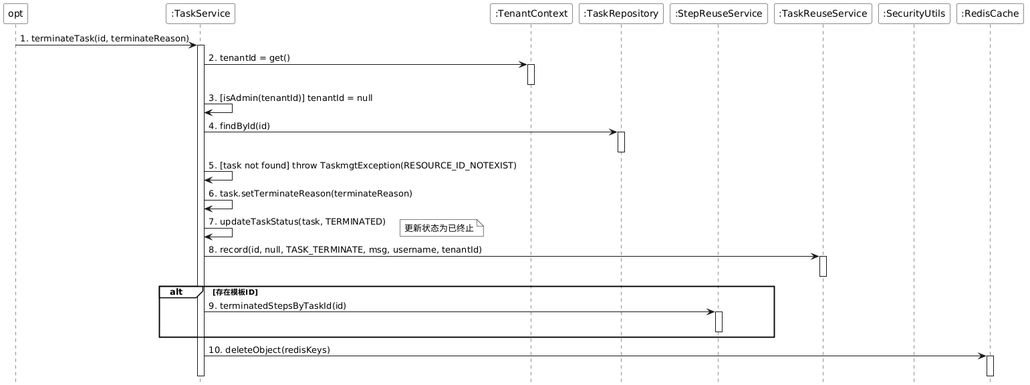
laborday922/RobotBackendManagementSystem keeps this PlantUML diagram as doc/taskmgt/png/sequence/terminateTaskSequence.png. Above is the earlier version.
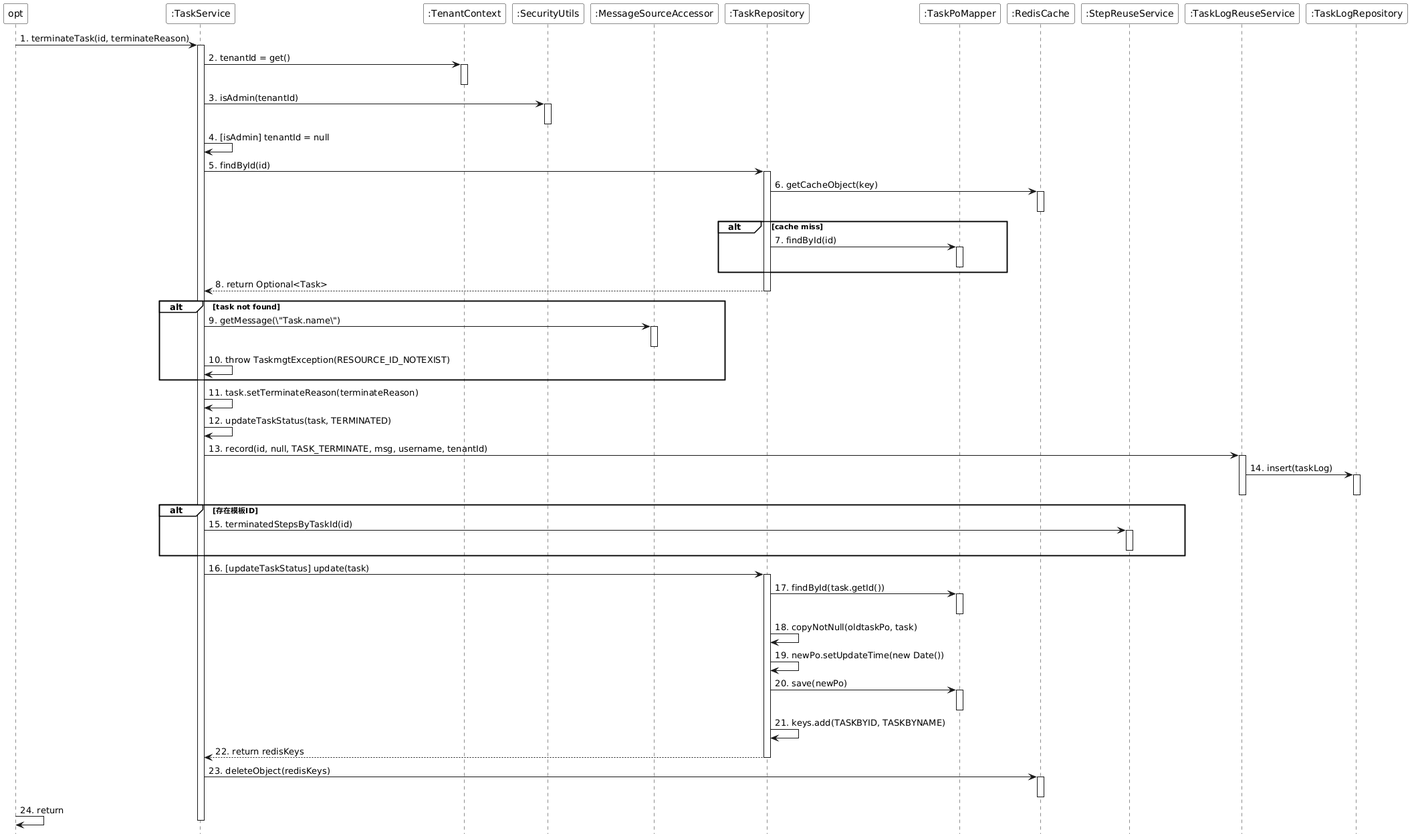
Later version of the same file.

What changed in the source:
```diff
@@ -11,11 +11,14 @@
 participant "opt" as opt
 participant ":TaskService" as TaskService
 participant ":TenantContext" as TenantContext
+participant ":SecurityUtils" as SecurityUtils
+participant ":MessageSourceAccessor" as MessageSource
 participant ":TaskRepository" as TaskRepository
+participant ":TaskPoMapper" as TaskPoMapper
+participant ":RedisCache" as RedisCache
 participant ":StepReuseService" as StepReuseService
-participant ":TaskReuseService" as TaskReuseService
-participant ":SecurityUtils" as SecurityUtils
-participant ":RedisCache" as RedisCache
+participant ":TaskLogReuseService" as TaskLogReuseService
+participant ":TaskLogRepository" as TaskLogRepository
 
 opt -> TaskService : 1. terminateTask(id, terminateReason)
 activate TaskService
@@ -23,32 +26,65 @@
 TaskService -> TenantContext : 2. tenantId = get()
 activate TenantContext
 deactivate TenantContext
-TaskService -> TaskService : 3. [isAdmin(tenantId)] tenantId = null
+TaskService -> SecurityUtils : 3. isAdmin(tenantId)
+activate SecurityUtils
+deactivate SecurityUtils
+TaskService -> TaskService : 4. [isAdmin] tenantId = null
 
-TaskService -> TaskRepository : 4. findById(id)
+TaskService -> TaskRepository : 5. findById(id)
 activate TaskRepository
+TaskRepository -> RedisCache : 6. getCacheObject(key)
+activate RedisCache
+deactivate RedisCache
+alt cache miss
+    TaskRepository -> TaskPoMapper : 7. findById(id)
+    activate TaskPoMapper
+    deactivate TaskPoMapper
+end
+TaskRepository --> TaskService : 8. return Optional<Task>
 deactivate TaskRepository
 
-TaskService -> TaskService : 5. [task not found] throw TaskmgtException(RESOURCE_ID_NOTEXIST)
+alt task not found
+    TaskService -> MessageSource : 9. getMessage(\"Task.name\")
+    activate MessageSource
+    deactivate MessageSource
+    TaskService -> TaskService : 10. throw TaskmgtException(RESOURCE_ID_NOTEXIST)
+end
 
-TaskService -> TaskService : 6. task.setTerminateReason(terminateReason)
+TaskService -> TaskService : 11. task.setTerminateReason(terminateReason)
+TaskService -> TaskService : 12. updateTaskStatus(task, TERMINATED)
 
-TaskService -> TaskService : 7. updateTaskStatus(task, TERMINATED)
-note right : 更新状态为已终止
-
-TaskService -> TaskReuseService : 8. record(id, null, TASK_TERMINATE, msg, username, tenantId)
-activate TaskReuseService
-deactivate TaskReuseService
+TaskService -> TaskLogReuseService : 13. record(id, null, TASK_TERMINATE, msg, username, tenantId)
+activate TaskLogReuseService
+TaskLogReuseService -> TaskLogRepository : 14. insert(taskLog)
+activate TaskLogRepository
+deactivate TaskLogRepository
+deactivate TaskLogReuseService
 
 alt 存在模板ID
-    TaskService -> StepReuseService : 9. terminatedStepsByTaskId(id)
+    TaskService -> StepReuseService : 15. terminatedStepsByTaskId(id)
     activate StepReuseService
     deactivate StepReuseService
 end
 
-TaskService -> RedisCache : 10. deleteObject(redisKeys)
+TaskService -> TaskRepository : 16. [updateTaskStatus] update(task)
+activate TaskRepository
+TaskRepository -> TaskPoMapper : 17. findById(task.getId())
+activate TaskPoMapper
+deactivate TaskPoMapper
+TaskRepository -> TaskRepository : 18. copyNotNull(oldtaskPo, task)
+TaskRepository -> TaskRepository : 19. newPo.setUpdateTime(new Date())
+TaskRepository -> TaskPoMapper : 20. save(newPo)
+activate TaskPoMapper
+deactivate TaskPoMapper
+TaskRepository -> TaskRepository : 21. keys.add(TASKBYID, TASKBYNAME)
+TaskRepository --> TaskService : 22. return redisKeys
+deactivate TaskRepository
+
+TaskService -> RedisCache : 23. deleteObject(redisKeys)
 activate RedisCache
 deactivate RedisCache
 
+opt -> opt : 24. return
 deactivate TaskService
 @enduml
```
